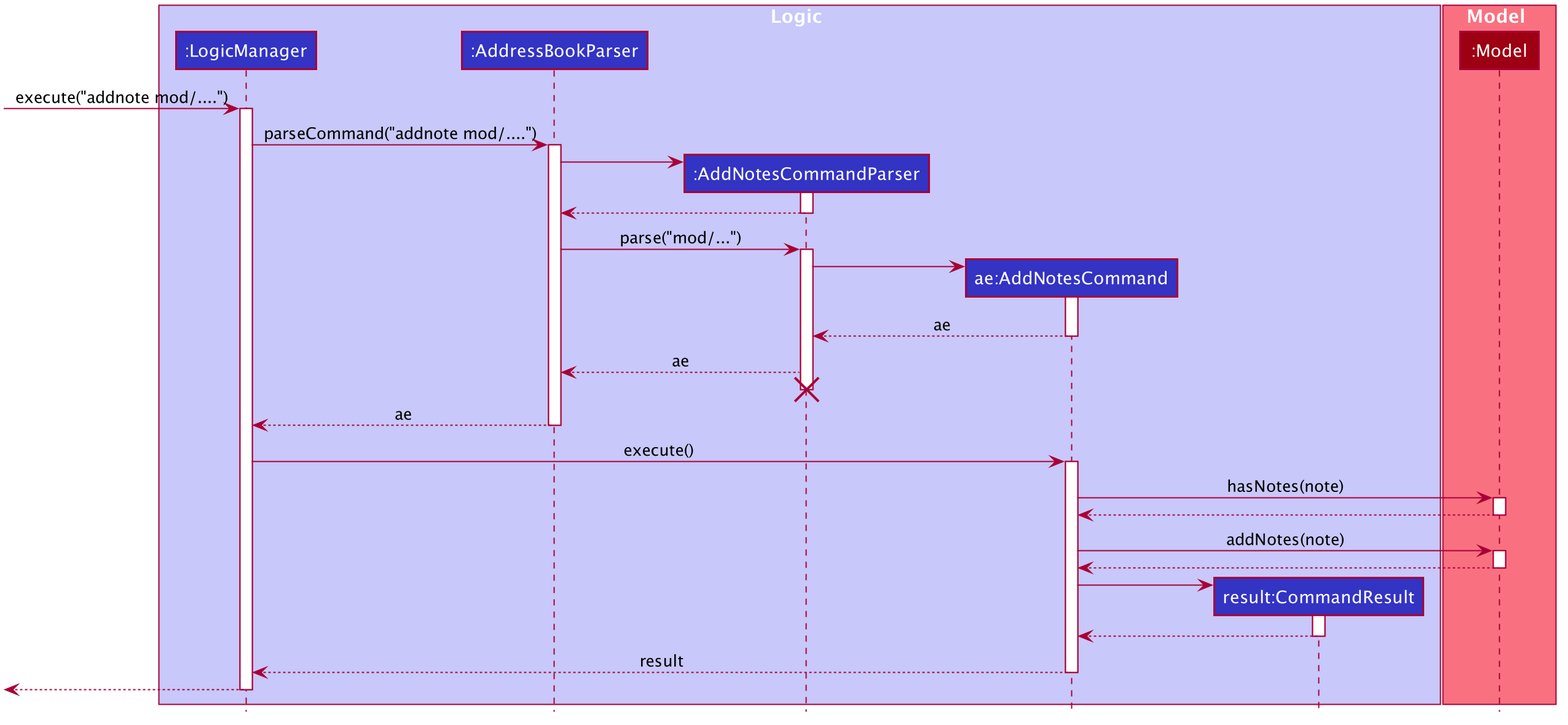
nus-cs2103-AY1920S1/addressbook-level3 keeps this PlantUML diagram as docs/images/AddNotesSequenceDiagram.png. Above is the earlier version.
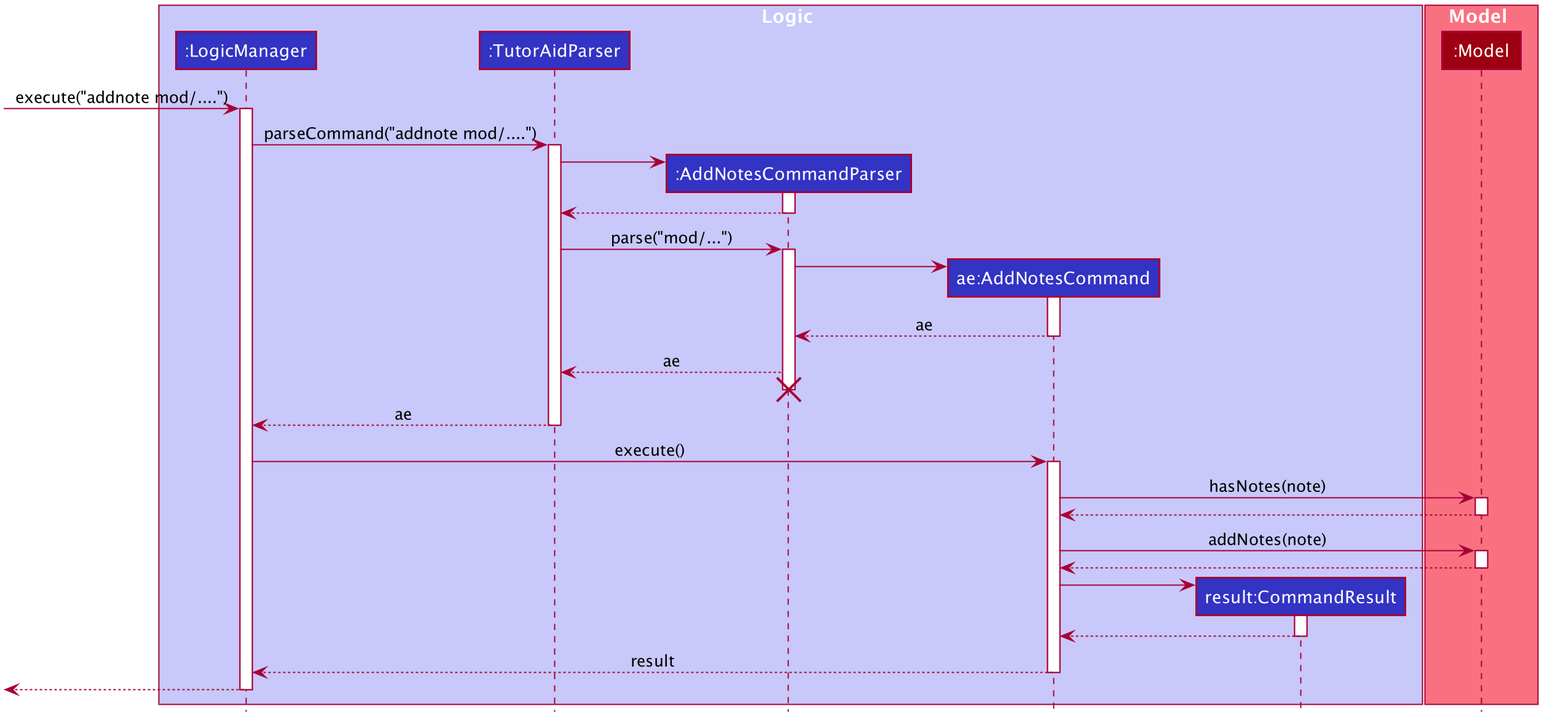
Later version of the same file.

The edit, as a diff of the source:
```diff
@@ -50,7 +50,7 @@
 
 box Logic #C8C8FA
 participant ":LogicManager" as LogicManager #3333C4
-participant ":AddressBookParser" as AddressBookParser #3333C4
+participant ":TutorAidParser" as TutorAidParser #3333C4
 participant ":AddNotesCommandParser" as AddNotesCommandParser #3333C4
 participant "ae:AddNotesCommand" as AddNotesCommand #3333C4
 participant "result:CommandResult" as CommandResult #3333C4
@@ -63,17 +63,17 @@
 [-> LogicManager : execute("addnote mod/....")
 activate LogicManager
 
-LogicManager -> AddressBookParser : parseCommand("addnote mod/....")
-activate AddressBookParser
+LogicManager -> TutorAidParser : parseCommand("addnote mod/....")
+activate TutorAidParser
 
 create AddNotesCommandParser
-AddressBookParser -> AddNotesCommandParser
+TutorAidParser -> AddNotesCommandParser
 activate AddNotesCommandParser
 
-AddNotesCommandParser --> AddressBookParser
+AddNotesCommandParser --> TutorAidParser
 deactivate AddNotesCommandParser
 
-AddressBookParser -> AddNotesCommandParser : parse("mod/...")
+TutorAidParser -> AddNotesCommandParser : parse("mod/...")
 activate AddNotesCommandParser
 
 create AddNotesCommand
@@ -83,13 +83,13 @@
 AddNotesCommand --> AddNotesCommandParser : ae
 deactivate AddNotesCommand
 
-AddNotesCommandParser --> AddressBookParser : ae
+AddNotesCommandParser --> TutorAidParser : ae
 deactivate AddNotesCommand
-AddNotesCommandParser -[hidden]-> AddressBookParser
+AddNotesCommandParser -[hidden]-> TutorAidParser
 destroy AddNotesCommandParser
 
-AddressBookParser --> LogicManager : ae
-deactivate AddressBookParser
+TutorAidParser --> LogicManager : ae
+deactivate TutorAidParser
 
 LogicManager -> AddNotesCommand : execute()
 activate AddNotesCommand
```
